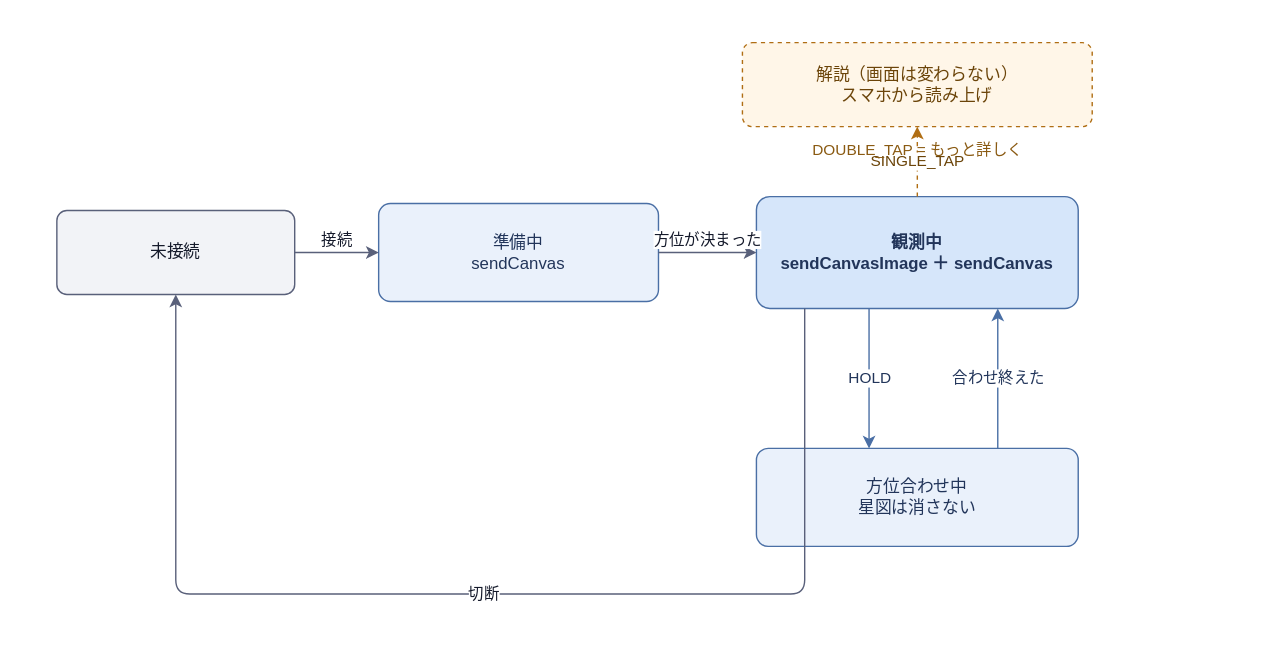
Before: docs/team-e/diagrams/screen-flow.drawio.svg, a diagram exported from draw.io (jigintern/sabera-team-e). Source tidied: cells renumbered, new cells last; positions are measured from the earlier drawing's top-left corner, leaving out a move shared by most shapes.
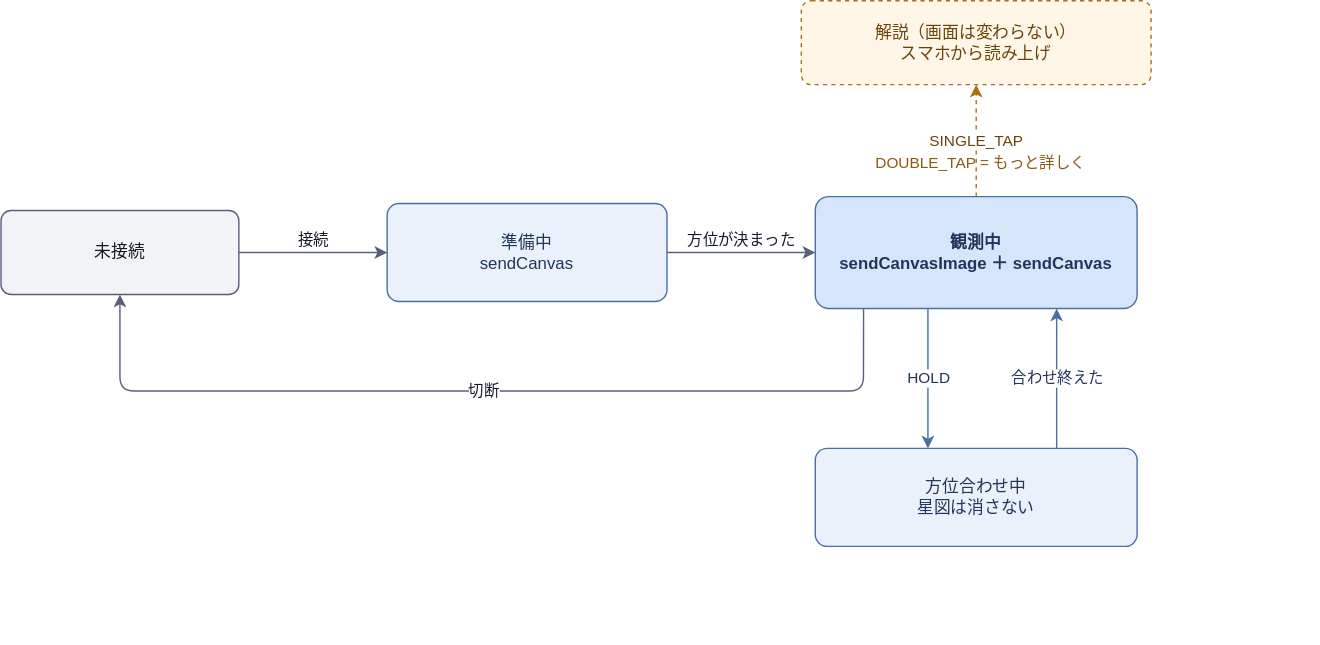
The same file after the commit.

Commit message:
docs: 座標仕様を箇条書き中心に整える

Change to the diagram source:
```diff
@@ -6,10 +6,10 @@
       <mxGeometry width="900" height="460" as="geometry" />
     </mxCell>
     <mxCell id="3" value="未接続" style="rounded=1;arcSize=12;whiteSpace=wrap;html=1;fillColor=#F2F3F7;strokeColor=#59607A;fontColor=#151A2B;fontSize=12;" parent="1" vertex="1">
-      <mxGeometry x="40" y="150" width="170" height="60" as="geometry" />
+      <mxGeometry x="-42" y="150" width="170" height="60" as="geometry" />
     </mxCell>
     <mxCell id="4" value="準備中&#10;sendCanvas" style="rounded=1;arcSize=12;whiteSpace=wrap;html=1;fillColor=#EAF1FB;strokeColor=#4A6FA5;fontColor=#22355A;fontSize=12;" parent="1" vertex="1">
-      <mxGeometry x="270" y="145" width="200" height="70" as="geometry" />
+      <mxGeometry x="234" y="145" width="200" height="70" as="geometry" />
     </mxCell>
     <mxCell id="5" value="観測中&#10;sendCanvasImage ＋ sendCanvas" style="rounded=1;arcSize=12;whiteSpace=wrap;html=1;fillColor=#D6E6FA;strokeColor=#4A6FA5;fontColor=#22355A;fontSize=12;fontStyle=1;" parent="1" vertex="1">
       <mxGeometry x="540" y="140" width="230" height="80" as="geometry" />
@@ -18,7 +18,7 @@
       <mxGeometry x="540" y="320" width="230" height="70" as="geometry" />
     </mxCell>
     <mxCell id="7" value="解説（画面は変わらない）&#10;スマホから読み上げ" style="rounded=1;arcSize=12;whiteSpace=wrap;html=1;fillColor=#FFF6E8;strokeColor=#B06E14;fontColor=#6B4409;fontSize=12;dashed=1;" parent="1" vertex="1">
-      <mxGeometry x="530" y="30" width="250" height="60" as="geometry" />
+      <mxGeometry x="530" width="250" height="60" as="geometry" />
     </mxCell>
     <mxCell id="8" value="接続" style="edgeStyle=orthogonalEdgeStyle;html=1;rounded=1;strokeColor=#59607A;fontColor=#151A2B;fontSize=11;verticalAlign=bottom;" parent="1" edge="1" source="3" target="4">
       <mxGeometry relative="1" as="geometry" />
@@ -38,16 +38,16 @@
     <mxCell id="13" value="切断" style="edgeStyle=orthogonalEdgeStyle;html=1;rounded=1;strokeColor=#59607A;fontColor=#151A2B;fontSize=11;exitX=0.15;exitY=1;entryX=0.5;entryY=1;" parent="1" edge="1" source="5" target="3">
       <mxGeometry relative="1" as="geometry">
         <Array as="points">
-          <mxPoint x="574" y="424" />
-          <mxPoint x="125" y="424" />
+          <mxPoint x="574" y="279" />
+          <mxPoint x="43" y="279" />
         </Array>
       </mxGeometry>
     </mxCell>
     <mxCell id="14" style="text;html=1;align=left;fontSize=11;fontColor=#59607A;" parent="1" vertex="1">
       <mxGeometry x="40" y="250" width="470" height="40" as="geometry" />
     </mxCell>
-    <mxCell id="15" value="DOUBLE_TAP = もっと詳しく" style="text;html=1;align=center;fontSize=11;fontColor=#8A5A12;" parent="1" vertex="1">
-      <mxGeometry x="530" y="94" width="250" height="20" as="geometry" />
+    <mxCell id="15" value="&lt;div&gt;&lt;br&gt;&lt;/div&gt;DOUBLE_TAP = もっと詳しく" style="text;html=1;align=center;fontSize=11;fontColor=#8A5A12;" parent="1" vertex="1">
+      <mxGeometry x="533" y="90" width="250" height="20" as="geometry" />
     </mxCell>
   </root>
 </mxGraphModel>
```
